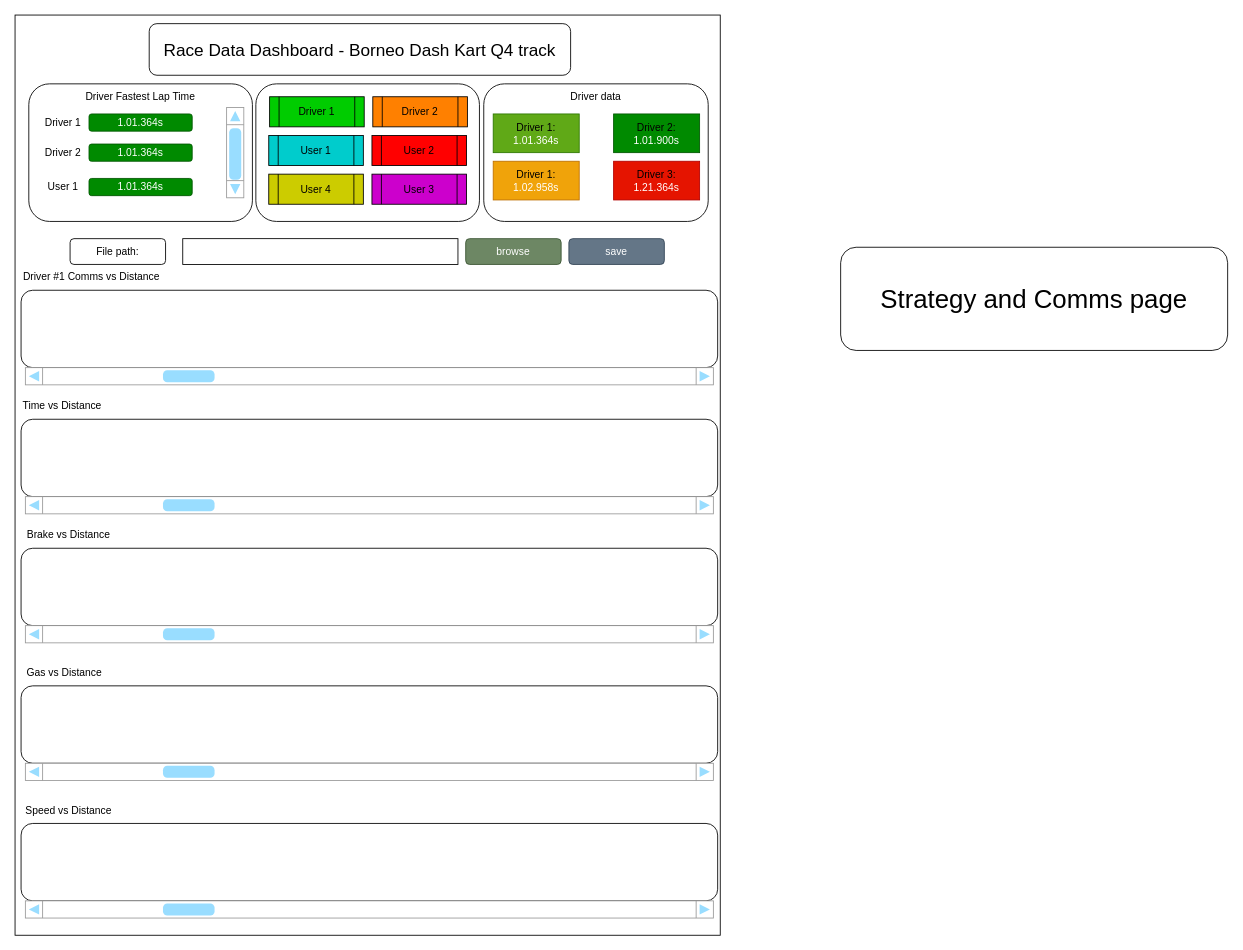
The draw.io diagram page "Strategy and Comms page" (2 of 6) of pictures/WEB View dashboard.drawio in Yobeh-blek/FullSend_Logger, before the edit. Source tidied: cells renumbered, new cells numbered last; positions are measured from the earlier drawing's top-left corner, leaving out a move shared by most shapes. Both pictures are drawn from the tidied source at 86%, with x=0, y=0 at pixel (15, 15).
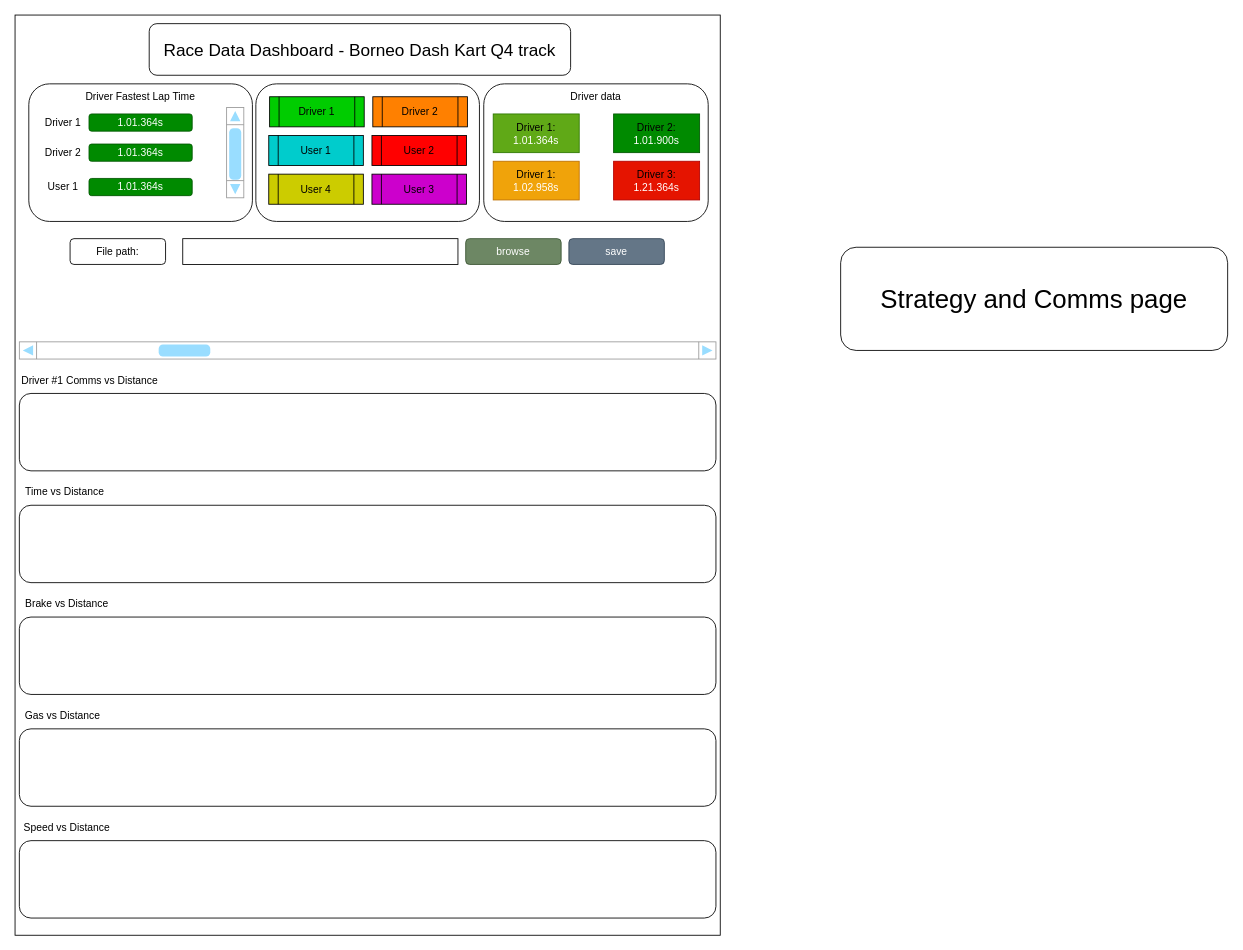
The same page after the edit.

Diff of the diagram source:
```diff
@@
     <mxCell id="4" style="rounded=1;whiteSpace=wrap;html=1;" parent="1" vertex="1">
-      <mxGeometry x="7" y="470" width="810" height="90" as="geometry" />
+      <mxGeometry x="5" y="570" width="810" height="90" as="geometry" />
     </mxCell>
     <mxCell id="5" style="rounded=1;whiteSpace=wrap;html=1;" parent="1" vertex="1">
-      <mxGeometry x="7" y="620" width="810" height="90" as="geometry" />
+      <mxGeometry x="5" y="700" width="810" height="90" as="geometry" />
     </mxCell>
     <mxCell id="6" style="rounded=1;whiteSpace=wrap;html=1;" parent="1" vertex="1">
-      <mxGeometry x="7" y="780" width="810" height="90" as="geometry" />
+      <mxGeometry x="5" y="830" width="810" height="90" as="geometry" />
     </mxCell>
     <mxCell id="7" value="Gas vs Distance" style="text;html=1;align=center;verticalAlign=middle;whiteSpace=wrap;rounded=0;" parent="1" vertex="1">
-      <mxGeometry x="7" y="750" width="101" height="30" as="geometry" />
+      <mxGeometry x="5" y="800" width="101" height="30" as="geometry" />
     </mxCell>
     <mxCell id="8" value="Brake vs Distance" style="text;html=1;align=center;verticalAlign=middle;whiteSpace=wrap;rounded=0;" parent="1" vertex="1">
-      <mxGeometry x="7" y="590" width="111" height="30" as="geometry" />
+      <mxGeometry x="5" y="670" width="111" height="30" as="geometry" />
     </mxCell>
     <mxCell id="9" value="Time vs Distance" style="text;html=1;align=center;verticalAlign=middle;whiteSpace=wrap;rounded=0;" parent="1" vertex="1">
-      <mxGeometry x="2" y="440" width="106" height="30" as="geometry" />
+      <mxGeometry x="5" y="540" width="106" height="30" as="geometry" />
     </mxCell>
@@
-    <mxCell id="29" style="verticalLabelPosition=bottom;shadow=0;dashed=0;align=center;html=1;verticalAlign=top;strokeWidth=1;shape=mxgraph.mockup.navigation.scrollBar;strokeColor=#999999;barPos=20;fillColor2=#99ddff;strokeColor2=none;" parent="1" vertex="1">
-      <mxGeometry x="12" y="560" width="800" height="10" as="geometry" />
-    </mxCell>
-    <mxCell id="30" style="verticalLabelPosition=bottom;shadow=0;dashed=0;align=center;html=1;verticalAlign=top;strokeWidth=1;shape=mxgraph.mockup.navigation.scrollBar;strokeColor=#999999;barPos=20;fillColor2=#99ddff;strokeColor2=none;" parent="1" vertex="1">
-      <mxGeometry x="12" y="710" width="800" height="10" as="geometry" />
-    </mxCell>
-    <mxCell id="31" style="verticalLabelPosition=bottom;shadow=0;dashed=0;align=center;html=1;verticalAlign=top;strokeWidth=1;shape=mxgraph.mockup.navigation.scrollBar;strokeColor=#999999;barPos=20;fillColor2=#99ddff;strokeColor2=none;" parent="1" vertex="1">
-      <mxGeometry x="12" y="870" width="800" height="10" as="geometry" />
-    </mxCell>
     <mxCell id="32" style="rounded=1;whiteSpace=wrap;html=1;" parent="1" vertex="1">
-      <mxGeometry x="7" y="940" width="810" height="90" as="geometry" />
+      <mxGeometry x="5" y="960" width="810" height="90" as="geometry" />
     </mxCell>
     <mxCell id="33" value="Speed vs Distance" style="text;html=1;align=center;verticalAlign=middle;whiteSpace=wrap;rounded=0;" parent="1" vertex="1">
-      <mxGeometry x="7" y="910" width="111" height="30" as="geometry" />
+      <mxGeometry x="5" y="930" width="111" height="30" as="geometry" />
     </mxCell>
-    <mxCell id="34" style="verticalLabelPosition=bottom;shadow=0;dashed=0;align=center;html=1;verticalAlign=top;strokeWidth=1;shape=mxgraph.mockup.navigation.scrollBar;strokeColor=#999999;barPos=20;fillColor2=#99ddff;strokeColor2=none;" parent="1" vertex="1">
-      <mxGeometry x="12" y="1030" width="800" height="10" as="geometry" />
-    </mxCell>
@@
     <mxCell id="47" style="rounded=1;whiteSpace=wrap;html=1;" parent="1" vertex="1">
-      <mxGeometry x="7" y="320" width="810" height="90" as="geometry" />
+      <mxGeometry x="5" y="440" width="810" height="90" as="geometry" />
     </mxCell>
     <mxCell id="48" value="Driver #1 Comms vs Distance" style="text;html=1;align=center;verticalAlign=middle;whiteSpace=wrap;rounded=0;" parent="1" vertex="1">
-      <mxGeometry x="7" y="290" width="164" height="30" as="geometry" />
+      <mxGeometry x="5" y="410" width="164" height="30" as="geometry" />
     </mxCell>
     <mxCell id="49" style="verticalLabelPosition=bottom;shadow=0;dashed=0;align=center;html=1;verticalAlign=top;strokeWidth=1;shape=mxgraph.mockup.navigation.scrollBar;strokeColor=#999999;barPos=20;fillColor2=#99ddff;strokeColor2=none;" parent="1" vertex="1">
-      <mxGeometry x="12" y="410" width="800" height="10" as="geometry" />
+      <mxGeometry x="5" y="380" width="810" height="10" as="geometry" />
     </mxCell>
```
